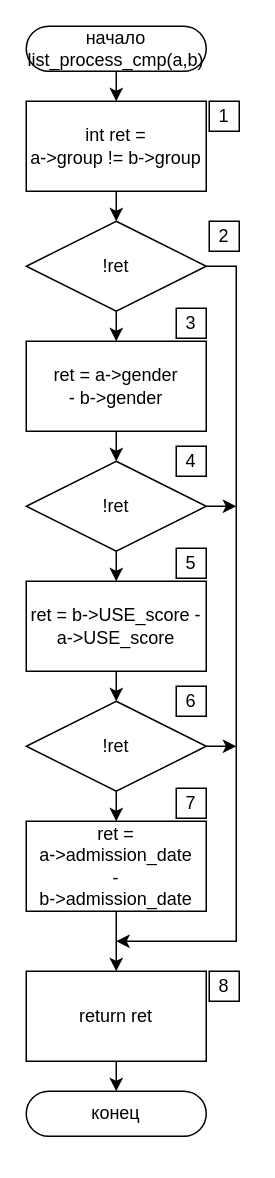
Before: ПЗ/Diagrams/list_process_cmp.drawio in Killfrra/AnP, a draw.io diagram. Source tidied: cells renumbered, new cells numbered last; positions are measured from the earlier drawing's top-left corner, leaving out a move shared by most shapes. Both pictures are drawn from the tidied source at 150%, with x=0, y=0 at pixel (26, 26).
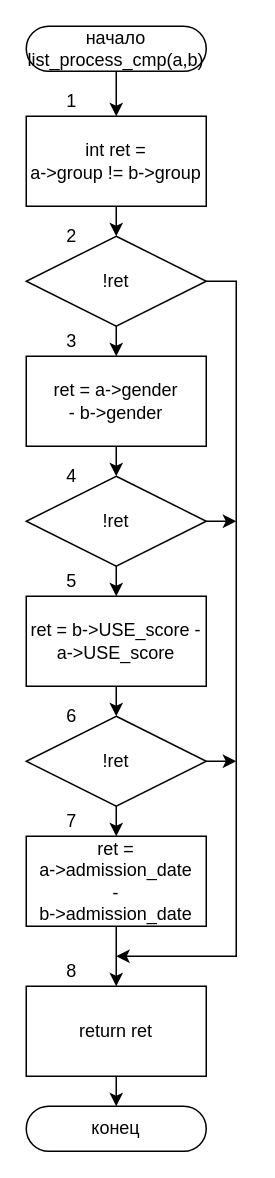
The same diagram, later.

Diff of the diagram source:
```diff
@@
     <mxCell id="3" value="конец" style="rounded=1;whiteSpace=wrap;html=1;arcSize=50;" parent="1" vertex="1">
-      <mxGeometry y="710" width="120" height="30" as="geometry" />
+      <mxGeometry y="720" width="120" height="30" as="geometry" />
     </mxCell>
     <mxCell id="4" value="return ret" style="rounded=0;whiteSpace=wrap;html=1;" parent="1" vertex="1">
-      <mxGeometry y="630" width="120" height="60" as="geometry" />
+      <mxGeometry y="640" width="120" height="60" as="geometry" />
     </mxCell>
@@
     <mxCell id="6" value="!ret" style="rhombus;whiteSpace=wrap;html=1;rounded=0;" parent="1" vertex="1">
-      <mxGeometry y="130" width="120" height="60" as="geometry" />
+      <mxGeometry y="140" width="120" height="60" as="geometry" />
     </mxCell>
     <mxCell id="7" style="edgeStyle=orthogonalEdgeStyle;rounded=0;jettySize=auto;html=1;exitX=1;exitY=0.5;exitDx=0;exitDy=0;" parent="1" edge="1" source="8">
       <mxGeometry relative="1" as="geometry">
-        <mxPoint x="140" y="320" as="targetPoint" />
+        <mxPoint x="140" y="330" as="targetPoint" />
       </mxGeometry>
     </mxCell>
     <mxCell id="8" value="!ret" style="rhombus;whiteSpace=wrap;html=1;rounded=0;" parent="1" vertex="1">
-      <mxGeometry y="290" width="120" height="60" as="geometry" />
+      <mxGeometry y="300" width="120" height="60" as="geometry" />
     </mxCell>
     <mxCell id="9" style="edgeStyle=orthogonalEdgeStyle;rounded=0;jettySize=auto;html=1;exitX=1;exitY=0.5;exitDx=0;exitDy=0;" parent="1" edge="1" source="10">
       <mxGeometry relative="1" as="geometry">
-        <mxPoint x="140" y="480" as="targetPoint" />
+        <mxPoint x="140" y="490" as="targetPoint" />
       </mxGeometry>
     </mxCell>
     <mxCell id="10" value="!ret" style="rhombus;whiteSpace=wrap;html=1;rounded=0;" parent="1" vertex="1">
-      <mxGeometry y="450" width="120" height="60" as="geometry" />
+      <mxGeometry y="460" width="120" height="60" as="geometry" />
     </mxCell>
     <mxCell id="11" style="edgeStyle=orthogonalEdgeStyle;rounded=0;jettySize=auto;html=1;exitX=0.5;exitY=1;exitDx=0;exitDy=0;" parent="1" edge="1" source="12">
       <mxGeometry relative="1" as="geometry">
-        <mxPoint x="60" y="630" as="targetPoint" />
+        <mxPoint x="60" y="640" as="targetPoint" />
       </mxGeometry>
     </mxCell>
     <mxCell id="12" value="ret =&lt;br&gt;a-&amp;gt;admission_date&lt;br&gt;-&lt;br&gt;b-&amp;gt;admission_date" style="rounded=0;whiteSpace=wrap;html=1;" parent="1" vertex="1">
-      <mxGeometry y="530" width="120" height="60" as="geometry" />
+      <mxGeometry y="540" width="120" height="60" as="geometry" />
     </mxCell>
@@
     <mxCell id="14" value="ret = b-&gt;USE_score - a-&gt;USE_score" style="rounded=0;whiteSpace=wrap;html=1;" parent="1" vertex="1">
-      <mxGeometry y="370" width="120" height="60" as="geometry" />
+      <mxGeometry y="380" width="120" height="60" as="geometry" />
     </mxCell>
@@
     <mxCell id="17" value="ret = a-&amp;gt;gender &lt;br&gt;- b-&amp;gt;gender" style="rounded=0;whiteSpace=wrap;html=1;" parent="1" vertex="1">
-      <mxGeometry y="210" width="120" height="60" as="geometry" />
+      <mxGeometry y="220" width="120" height="60" as="geometry" />
     </mxCell>
@@
     <mxCell id="20" style="edgeStyle=orthogonalEdgeStyle;rounded=0;jettySize=auto;html=1;exitX=1;exitY=0.5;exitDx=0;exitDy=0;" parent="1" edge="1" source="6">
       <mxGeometry relative="1" as="geometry">
-        <mxPoint x="60" y="610" as="targetPoint" />
+        <mxPoint x="60" y="620" as="targetPoint" />
         <Array as="points">
-          <mxPoint x="140" y="160" />
-          <mxPoint x="140" y="610" />
+          <mxPoint x="140" y="170" />
+          <mxPoint x="140" y="620" />
         </Array>
       </mxGeometry>
     </mxCell>
     <mxCell id="21" value="int ret =&lt;br&gt;a-&amp;gt;group != b-&amp;gt;group" style="rounded=0;whiteSpace=wrap;html=1;" parent="1" vertex="1">
-      <mxGeometry y="50" width="120" height="60" as="geometry" />
+      <mxGeometry y="60" width="120" height="60" as="geometry" />
     </mxCell>
@@
-    <mxCell id="24" value="1" style="whiteSpace=wrap;html=1;" parent="1" vertex="1">
-      <mxGeometry x="122" y="50" width="20" height="20" as="geometry" />
+    <mxCell id="24" value="1" style="text;html=1;align=center;verticalAlign=middle;" parent="1" vertex="1">
+      <mxGeometry x="20" y="40" width="20" height="20" as="geometry" />
     </mxCell>
-    <mxCell id="25" value="2" style="whiteSpace=wrap;html=1;" parent="1" vertex="1">
-      <mxGeometry x="122" y="130" width="20" height="20" as="geometry" />
+    <mxCell id="25" value="2" style="text;html=1;align=center;verticalAlign=middle;" parent="1" vertex="1">
+      <mxGeometry x="20" y="130" width="20" height="20" as="geometry" />
     </mxCell>
-    <mxCell id="26" value="3" style="whiteSpace=wrap;html=1;" parent="1" vertex="1">
-      <mxGeometry x="100" y="188" width="20" height="20" as="geometry" />
+    <mxCell id="26" value="3" style="text;html=1;align=center;verticalAlign=middle;" parent="1" vertex="1">
+      <mxGeometry x="20" y="200" width="20" height="20" as="geometry" />
     </mxCell>
-    <mxCell id="27" value="4" style="whiteSpace=wrap;html=1;" parent="1" vertex="1">
-      <mxGeometry x="100" y="280" width="20" height="20" as="geometry" />
+    <mxCell id="27" value="4" style="text;html=1;align=center;verticalAlign=middle;" parent="1" vertex="1">
+      <mxGeometry x="20" y="290" width="20" height="20" as="geometry" />
     </mxCell>
-    <mxCell id="28" value="5" style="whiteSpace=wrap;html=1;" parent="1" vertex="1">
-      <mxGeometry x="100" y="348" width="20" height="20" as="geometry" />
+    <mxCell id="28" value="5" style="text;html=1;align=center;verticalAlign=middle;" parent="1" vertex="1">
+      <mxGeometry x="20" y="360" width="20" height="20" as="geometry" />
     </mxCell>
-    <mxCell id="29" value="6" style="whiteSpace=wrap;html=1;" parent="1" vertex="1">
-      <mxGeometry x="100" y="440" width="20" height="20" as="geometry" />
+    <mxCell id="29" value="6" style="text;html=1;align=center;verticalAlign=middle;" parent="1" vertex="1">
+      <mxGeometry x="20" y="450" width="20" height="20" as="geometry" />
     </mxCell>
-    <mxCell id="30" value="7" style="whiteSpace=wrap;html=1;" parent="1" vertex="1">
-      <mxGeometry x="100" y="508" width="20" height="20" as="geometry" />
+    <mxCell id="30" value="7" style="text;html=1;align=center;verticalAlign=middle;" parent="1" vertex="1">
+      <mxGeometry x="20" y="520" width="20" height="20" as="geometry" />
     </mxCell>
-    <mxCell id="31" value="8" style="whiteSpace=wrap;html=1;" parent="1" vertex="1">
-      <mxGeometry x="122" y="630" width="20" height="20" as="geometry" />
+    <mxCell id="31" value="8" style="text;html=1;align=center;verticalAlign=middle;" parent="1" vertex="1">
+      <mxGeometry x="20" y="620" width="20" height="20" as="geometry" />
     </mxCell>
```
